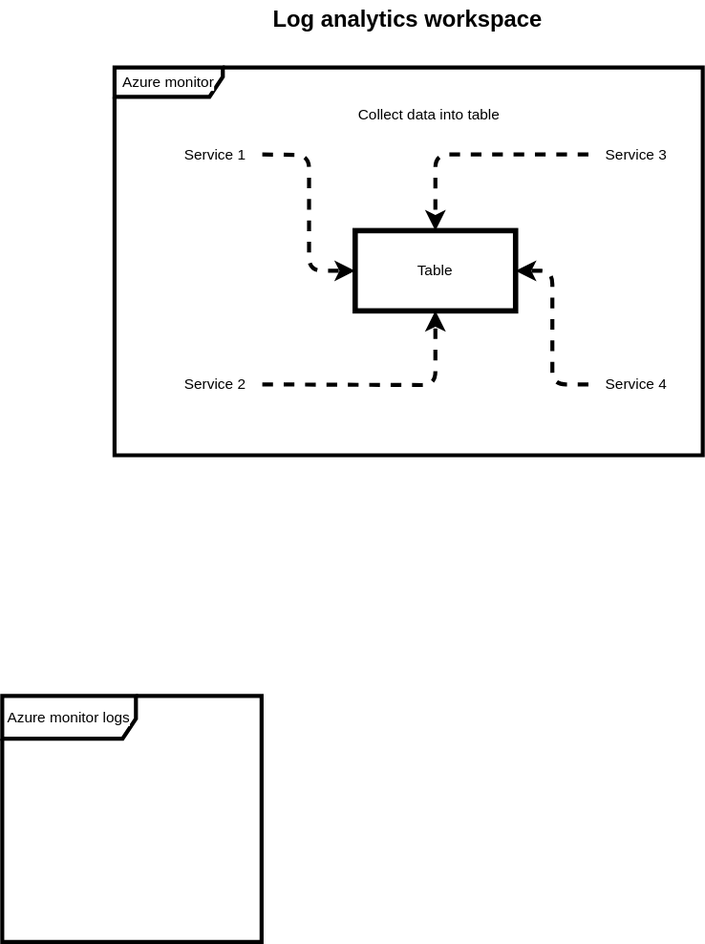
Before: azure/fundamentals/log-analytics-workspace.drawio.svg, a diagram exported from draw.io (sunnybharne/draw.io). Source tidied: cells renumbered, new cells last; positions are measured from the earlier drawing's top-left corner, leaving out a move shared by most shapes.
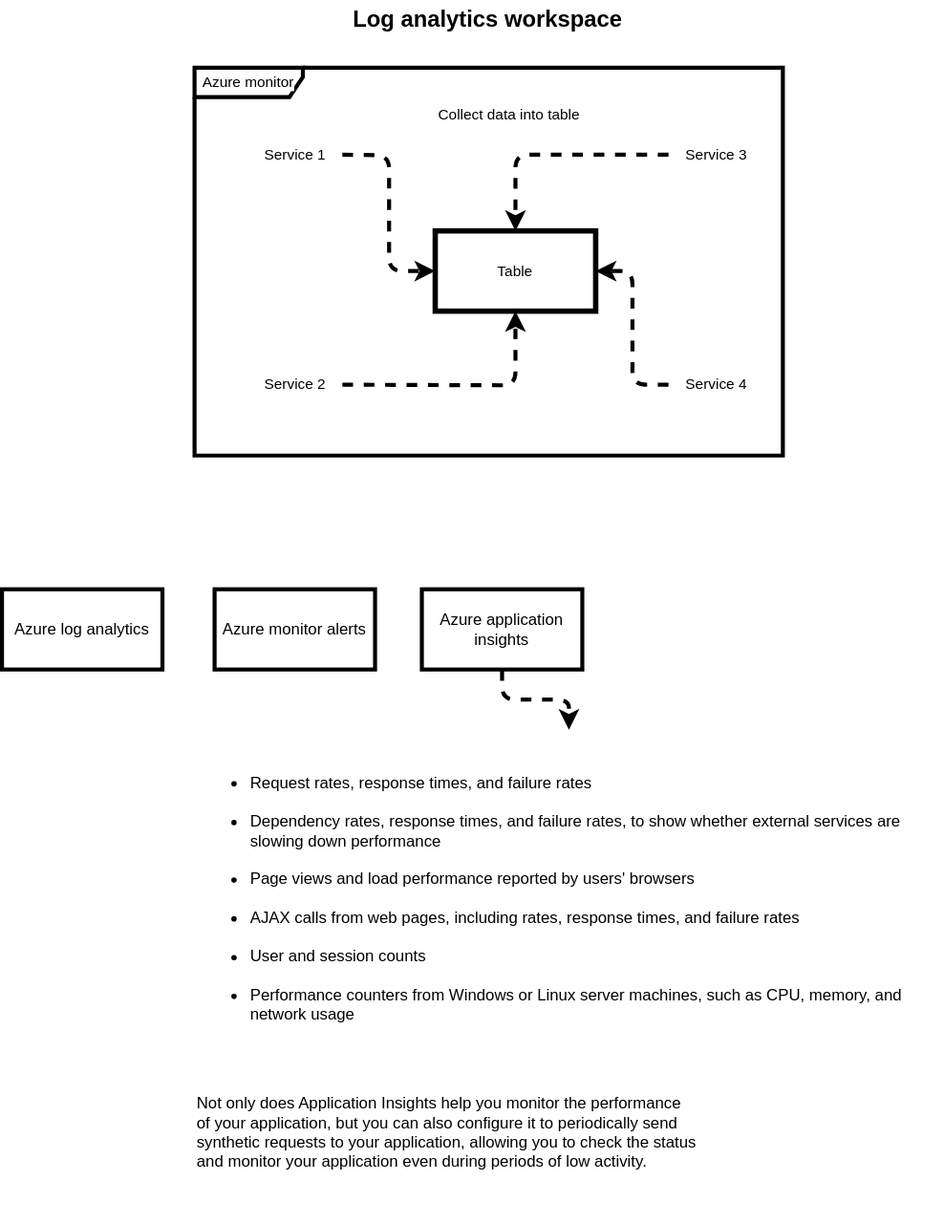
The same diagram one commit later.

What changed in the source:
```diff
@@ -42,8 +42,20 @@
     <mxCell id="13" value="Collect data into table" style="text;html=1;align=center;verticalAlign=middle;strokeColor=none;fillColor=none;fontFamily=Helvetica;fontSize=11;fontColor=default;labelBackgroundColor=default;" parent="1" vertex="1">
       <mxGeometry x="254" y="70" width="130" height="30" as="geometry" />
     </mxCell>
-    <mxCell id="14" value="Azure monitor logs" style="shape=umlFrame;whiteSpace=wrap;html=1;fontFamily=Helvetica;fontSize=11;fontColor=default;labelBackgroundColor=default;strokeWidth=3;width=100;height=32;strokeColor=default;align=center;verticalAlign=middle;fillColor=default;" parent="1" vertex="1">
-      <mxGeometry y="520" width="194" height="184" as="geometry" />
-    </mxCell>
+    <mxCell id="15" value="Azure log analytics" style="rounded=0;whiteSpace=wrap;html=1;strokeWidth=3;" parent="1" vertex="1">
+      <mxGeometry x="-60" y="440" width="120" height="60" as="geometry" />
+    </mxCell>
+    <mxCell id="16" value="Azure monitor alerts" style="rounded=0;whiteSpace=wrap;html=1;strokeWidth=3;" parent="1" vertex="1">
+      <mxGeometry x="99" y="440" width="120" height="60" as="geometry" />
+    </mxCell>
+    <mxCell id="17" style="edgeStyle=orthogonalEdgeStyle;rounded=1;jettySize=auto;html=1;strokeColor=default;strokeWidth=3;align=center;verticalAlign=middle;fontFamily=Helvetica;fontSize=11;fontColor=default;labelBackgroundColor=default;endArrow=classic;flowAnimation=1;curved=0;" parent="1" edge="1" source="18" target="19">
+      <mxGeometry relative="1" as="geometry" />
+    </mxCell>
+    <mxCell id="18" value="Azure application insights" style="rounded=0;whiteSpace=wrap;html=1;strokeWidth=3;" parent="1" vertex="1">
+      <mxGeometry x="254" y="440" width="120" height="60" as="geometry" />
+    </mxCell>
+    <mxCell id="19" value="&lt;ul&gt;&#10;&lt;li&gt;Request rates, response times, and failure rates&lt;/li&gt;&#10;&lt;li&gt;Dependency rates, response times, and failure rates, to show whether external services are slowing down performance&lt;/li&gt;&#10;&lt;li&gt;Page views and load performance reported by users' browsers&lt;/li&gt;&#10;&lt;li&gt;AJAX calls from web pages, including rates, response times, and failure rates&lt;/li&gt;&#10;&lt;li&gt;User and session counts&lt;/li&gt;&#10;&lt;li&gt;Performance counters from Windows or Linux server machines, such as CPU, memory, and network usage&lt;/li&gt;&#10;&lt;/ul&gt;&#10;&lt;p&gt;Not only does Application Insights help you monitor the performance &#10;of your application, but you can also configure it to periodically send &#10;synthetic requests to your application, allowing you to check the status&#10; and monitor your application even during periods of low activity.&lt;/p&gt;" style="text;whiteSpace=wrap;html=1;" parent="1" vertex="1">
+      <mxGeometry x="84" y="545" width="560" height="370" as="geometry" />
+    </mxCell>
   </root>
 </mxGraphModel>
```
